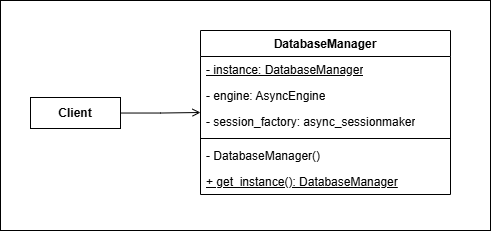
This is .claude/context/design_patterns/singleton_pattern/bukoo_singleton_pattern.png from BukooOrg/bukoo, a draw.io export, as it was before one commit. Source tidied: cells renumbered, new cells last; positions are measured from the earlier drawing's top-left corner, leaving out a move shared by most shapes.
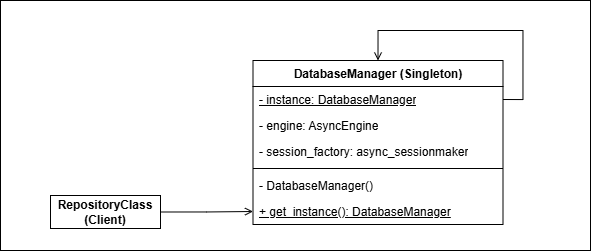
The same diagram one commit later.

The edit, as a diff of the source:
```diff
@@ -3,34 +3,43 @@
     <mxCell id="0" />
     <mxCell id="1" parent="0" />
     <mxCell id="2" style="rounded=0;whiteSpace=wrap;html=1;strokeColor=default;fillColor=none;" parent="1" vertex="1">
-      <mxGeometry width="490" height="230" as="geometry" />
+      <mxGeometry x="40" y="310" width="590" height="250" as="geometry" />
     </mxCell>
-    <mxCell id="3" value="DatabaseManager" style="swimlane;fontStyle=1;align=center;verticalAlign=top;horizontal=1;startSize=26;whiteSpace=wrap;html=1;" parent="1" vertex="1">
-      <mxGeometry x="200" y="30" width="250" height="164" as="geometry" />
+    <mxCell id="3" value="DatabaseManager (Singleton)" style="swimlane;fontStyle=1;align=center;verticalAlign=top;horizontal=1;startSize=26;whiteSpace=wrap;html=1;" parent="1" vertex="1">
+      <mxGeometry x="292.5" y="370" width="250" height="164" as="geometry" />
     </mxCell>
-    <mxCell id="4" value="&lt;u&gt;- instance: DatabaseManager&lt;/u&gt;" style="text;strokeColor=none;fillColor=none;align=left;verticalAlign=top;spacingLeft=4;spacingRight=4;overflow=hidden;whiteSpace=wrap;html=1;" parent="3" vertex="1">
-      <mxGeometry y="26" width="250" height="26" as="geometry" />
+    <mxCell id="4" style="edgeStyle=orthogonalEdgeStyle;rounded=0;jettySize=auto;html=1;entryX=0.5;entryY=0;entryDx=0;entryDy=0;exitX=1;exitY=0.5;exitDx=0;exitDy=0;endArrow=open;endFill=0;" parent="3" edge="1" source="5" target="3">
+      <mxGeometry relative="1" as="geometry">
+        <Array as="points">
+          <mxPoint x="270" y="39" />
+          <mxPoint x="270" y="-30" />
+          <mxPoint x="125" y="-30" />
+        </Array>
+      </mxGeometry>
     </mxCell>
-    <mxCell id="5" value="- engine: AsyncEngine" style="text;strokeColor=none;fillColor=none;align=left;verticalAlign=top;spacingLeft=4;spacingRight=4;overflow=hidden;points=[[0,0.5],[1,0.5]];portConstraint=eastwest;whiteSpace=wrap;html=1;" parent="3" vertex="1">
-      <mxGeometry y="52" width="250" height="26" as="geometry" />
+    <mxCell id="5" value="&lt;u&gt;- instance: DatabaseManager&lt;/u&gt;" style="text;strokeColor=none;fillColor=none;align=left;verticalAlign=top;spacingLeft=4;spacingRight=4;overflow=hidden;points=[[0,0.5],[1,0.5]];portConstraint=eastwest;whiteSpace=wrap;html=1;" parent="3" vertex="1">
+      <mxGeometry y="26" width="250" height="26" as="geometry" />
     </mxCell>
-    <mxCell id="6" value="- session_factory: async_sessionmaker" style="text;strokeColor=none;fillColor=none;align=left;verticalAlign=top;spacingLeft=4;spacingRight=4;overflow=hidden;whiteSpace=wrap;html=1;" parent="3" vertex="1">
-      <mxGeometry y="78" width="250" height="26" as="geometry" />
+    <mxCell id="6" value="- engine: AsyncEngine" style="text;strokeColor=none;fillColor=none;align=left;verticalAlign=top;spacingLeft=4;spacingRight=4;overflow=hidden;whiteSpace=wrap;html=1;" parent="3" vertex="1">
+      <mxGeometry y="52" width="250" height="26" as="geometry" />
     </mxCell>
-    <mxCell id="7" style="line;strokeWidth=1;fillColor=none;align=left;verticalAlign=middle;spacingTop=-1;spacingLeft=3;spacingRight=3;labelPosition=right;strokeColor=inherit;" parent="3" vertex="1">
-      <mxGeometry y="104" width="250" height="8" as="geometry" />
+    <mxCell id="7" value="- session_factory: async_sessionmaker" style="text;strokeColor=none;fillColor=none;align=left;verticalAlign=top;spacingLeft=4;spacingRight=4;overflow=hidden;whiteSpace=wrap;html=1;" parent="3" vertex="1">
+      <mxGeometry y="78" width="250" height="26" as="geometry" />
     </mxCell>
-    <mxCell id="8" value="- DatabaseManager()" style="text;strokeColor=none;fillColor=none;align=left;verticalAlign=top;spacingLeft=4;spacingRight=4;overflow=hidden;whiteSpace=wrap;html=1;" parent="3" vertex="1">
-      <mxGeometry y="112" width="250" height="26" as="geometry" />
+    <mxCell id="8" style="line;strokeWidth=1;fillColor=none;align=left;verticalAlign=middle;spacingTop=-1;spacingLeft=3;spacingRight=3;labelPosition=right;strokeColor=inherit;" parent="3" vertex="1">
+      <mxGeometry y="104" width="250" height="8" as="geometry" />
     </mxCell>
-    <mxCell id="9" value="&lt;u&gt;+ get_instance(): DatabaseManager&lt;/u&gt;" style="text;strokeColor=none;fillColor=none;align=left;verticalAlign=top;spacingLeft=4;spacingRight=4;overflow=hidden;whiteSpace=wrap;html=1;" parent="3" vertex="1">
-      <mxGeometry y="138" width="250" height="26" as="geometry" />
+    <mxCell id="9" value="- DatabaseManager()" style="text;strokeColor=none;fillColor=none;align=left;verticalAlign=top;spacingLeft=4;spacingRight=4;overflow=hidden;whiteSpace=wrap;html=1;" parent="3" vertex="1">
+      <mxGeometry y="112" width="250" height="26" as="geometry" />
     </mxCell>
-    <mxCell id="10" style="edgeStyle=orthogonalEdgeStyle;rounded=0;jettySize=auto;html=1;endArrow=open;endFill=0;" parent="1" edge="1" source="11" target="3">
-      <mxGeometry relative="1" as="geometry" />
+    <mxCell id="10" value="&lt;u&gt;+ get_instance(): DatabaseManager&lt;/u&gt;" style="text;strokeColor=none;fillColor=none;align=left;verticalAlign=top;spacingLeft=4;spacingRight=4;overflow=hidden;points=[[0,0.5],[1,0.5]];portConstraint=eastwest;whiteSpace=wrap;html=1;" parent="3" vertex="1">
+      <mxGeometry y="138" width="250" height="26" as="geometry" />
     </mxCell>
-    <mxCell id="11" value="&lt;b&gt;Client&lt;/b&gt;" style="rounded=0;whiteSpace=wrap;html=1;" parent="1" vertex="1">
-      <mxGeometry x="30" y="97" width="90" height="31" as="geometry" />
+    <mxCell id="11" style="edgeStyle=orthogonalEdgeStyle;rounded=0;jettySize=auto;html=1;endArrow=open;endFill=0;entryX=0;entryY=0.5;entryDx=0;entryDy=0;exitX=1;exitY=0.5;exitDx=0;exitDy=0;" parent="1" edge="1" source="12" target="10">
+      <mxGeometry relative="1" as="geometry" />
     </mxCell>
+    <mxCell id="12" value="&lt;b&gt;RepositoryClass&lt;/b&gt;&lt;div&gt;&lt;b&gt;(Client)&lt;/b&gt;&lt;/div&gt;" style="rounded=0;whiteSpace=wrap;html=1;" parent="1" vertex="1">
+      <mxGeometry x="90" y="505" width="110" height="33" as="geometry" />
+    </mxCell>
   </root>
 </mxGraphModel>
```
